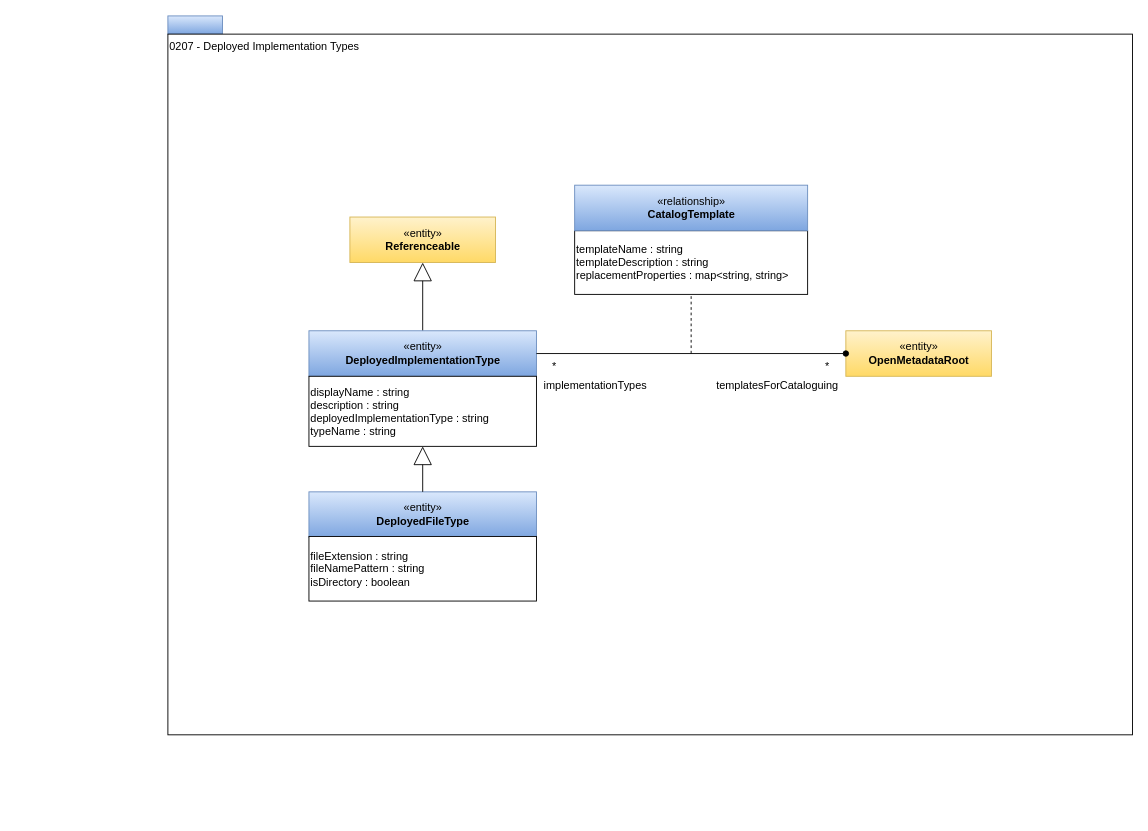
odpi/egeria-docs keeps this draw.io diagram as page "0207-Deployed-Implementation-Types" (4 of 25) of site/docs/types/2/area-2-assets.drawio. Above is the earlier version. Source tidied: cells renumbered, new cells numbered last; positions are measured from the earlier drawing's top-left corner, leaving out a move shared by most shapes. Both pictures are drawn from the tidied source at 91%, with x=0, y=0 at pixel (167, 15).
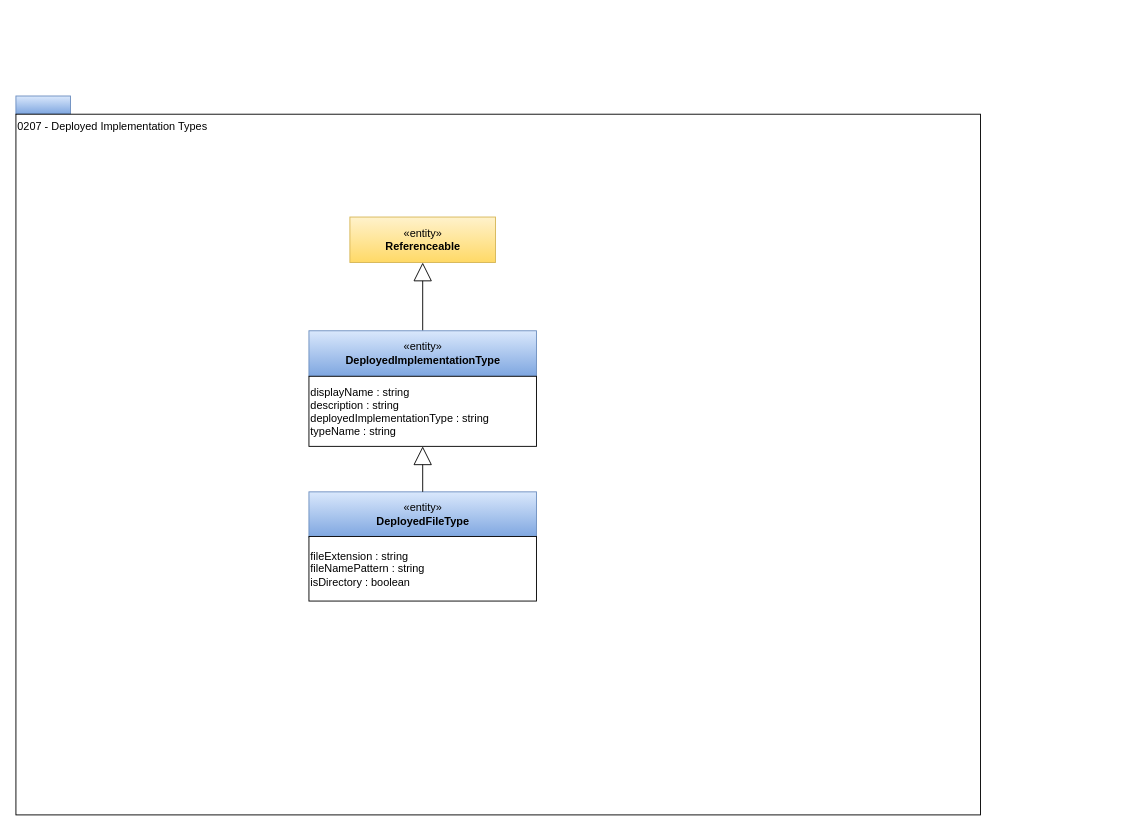
After the change.

Unchanged cells that the change refers to:
```xml
<mxCell id="6" value="«entity»&lt;br&gt;&lt;b&gt;DeployedImplementationType&lt;/b&gt;" style="html=1;strokeColor=#6c8ebf;align=center;fillColor=#dae8fc;gradientColor=#7ea6e0;" parent="1" vertex="1">
  <mxGeometry x="155" y="346" width="250" height="50" as="geometry" />
</mxCell>
```

What changed in the source:
```diff
@@
     <mxCell id="2" style="rounded=0;whiteSpace=wrap;html=1;align=left;fillColor=#dae8fc;strokeColor=#6c8ebf;gradientColor=#7ea6e0;" parent="1" vertex="1">
-      <mxGeometry width="60" height="20" as="geometry" />
+      <mxGeometry x="-167" y="88" width="60" height="20" as="geometry" />
     </mxCell>
     <mxCell id="3" value="0207 - Deployed Implementation Types" style="rounded=0;whiteSpace=wrap;html=1;align=left;verticalAlign=top;" parent="1" vertex="1">
-      <mxGeometry y="20" width="1060" height="770" as="geometry" />
+      <mxGeometry x="-167" y="108" width="1060" height="770" as="geometry" />
     </mxCell>
@@
-    <mxCell id="7" value="«entity»&lt;br&gt;&lt;b&gt;OpenMetadataRoot&lt;/b&gt;" style="html=1;strokeColor=#d6b656;align=center;fillColor=#fff2cc;gradientColor=#ffd966;" parent="1" vertex="1">
-      <mxGeometry x="745" y="346" width="160" height="50" as="geometry" />
-    </mxCell>
-    <mxCell id="8" style="endArrow=none;html=1;startArrow=oval;startFill=1;entryX=1;entryY=0.5;entryDx=0;entryDy=0;" parent="1" edge="1" source="7" target="6">
-      <mxGeometry relative="1" as="geometry" />
-    </mxCell>
-    <mxCell id="9" value="*" style="text;html=1;strokeColor=none;fillColor=none;align=center;verticalAlign=middle;whiteSpace=wrap;rounded=0;" parent="1" vertex="1">
-      <mxGeometry x="405" y="376" width="40" height="20" as="geometry" />
-    </mxCell>
-    <mxCell id="10" value="implementationTypes" style="text;html=1;strokeColor=none;fillColor=none;align=center;verticalAlign=middle;whiteSpace=wrap;rounded=0;" parent="1" vertex="1">
-      <mxGeometry x="405" y="396" width="129.5" height="20" as="geometry" />
-    </mxCell>
-    <mxCell id="11" value="templatesForCataloguing" style="text;html=1;strokeColor=none;fillColor=none;align=center;verticalAlign=middle;whiteSpace=wrap;rounded=0;" parent="1" vertex="1">
-      <mxGeometry x="595" y="396" width="150" height="20" as="geometry" />
-    </mxCell>
-    <mxCell id="12" value="*" style="text;html=1;strokeColor=none;fillColor=none;align=center;verticalAlign=middle;whiteSpace=wrap;rounded=0;" parent="1" vertex="1">
-      <mxGeometry x="705" y="376" width="40" height="20" as="geometry" />
-    </mxCell>
-    <mxCell id="13" style="endArrow=none;dashed=1;html=1;entryX=0.5;entryY=1;entryDx=0;entryDy=0;" parent="1" edge="1" target="14">
-      <mxGeometry relative="1" as="geometry">
-        <mxPoint x="575" y="371" as="sourcePoint" />
-      </mxGeometry>
-    </mxCell>
-    <mxCell id="14" value="templateName : string&lt;br&gt;templateDescription : string&lt;br&gt;replacementProperties : map&amp;lt;string, string&amp;gt;" style="rounded=0;whiteSpace=wrap;html=1;strokeColor=#000000;gradientColor=#ffffff;align=left;" parent="1" vertex="1">
-      <mxGeometry x="447" y="236" width="256" height="70" as="geometry" />
-    </mxCell>
-    <mxCell id="15" value="«relationship»&lt;br&gt;&lt;b&gt;CatalogTemplate&lt;/b&gt;" style="html=1;strokeColor=#6c8ebf;align=center;fillColor=#dae8fc;gradientColor=#7ea6e0;" parent="1" vertex="1">
-      <mxGeometry x="447" y="186" width="256" height="50" as="geometry" />
-    </mxCell>
```
